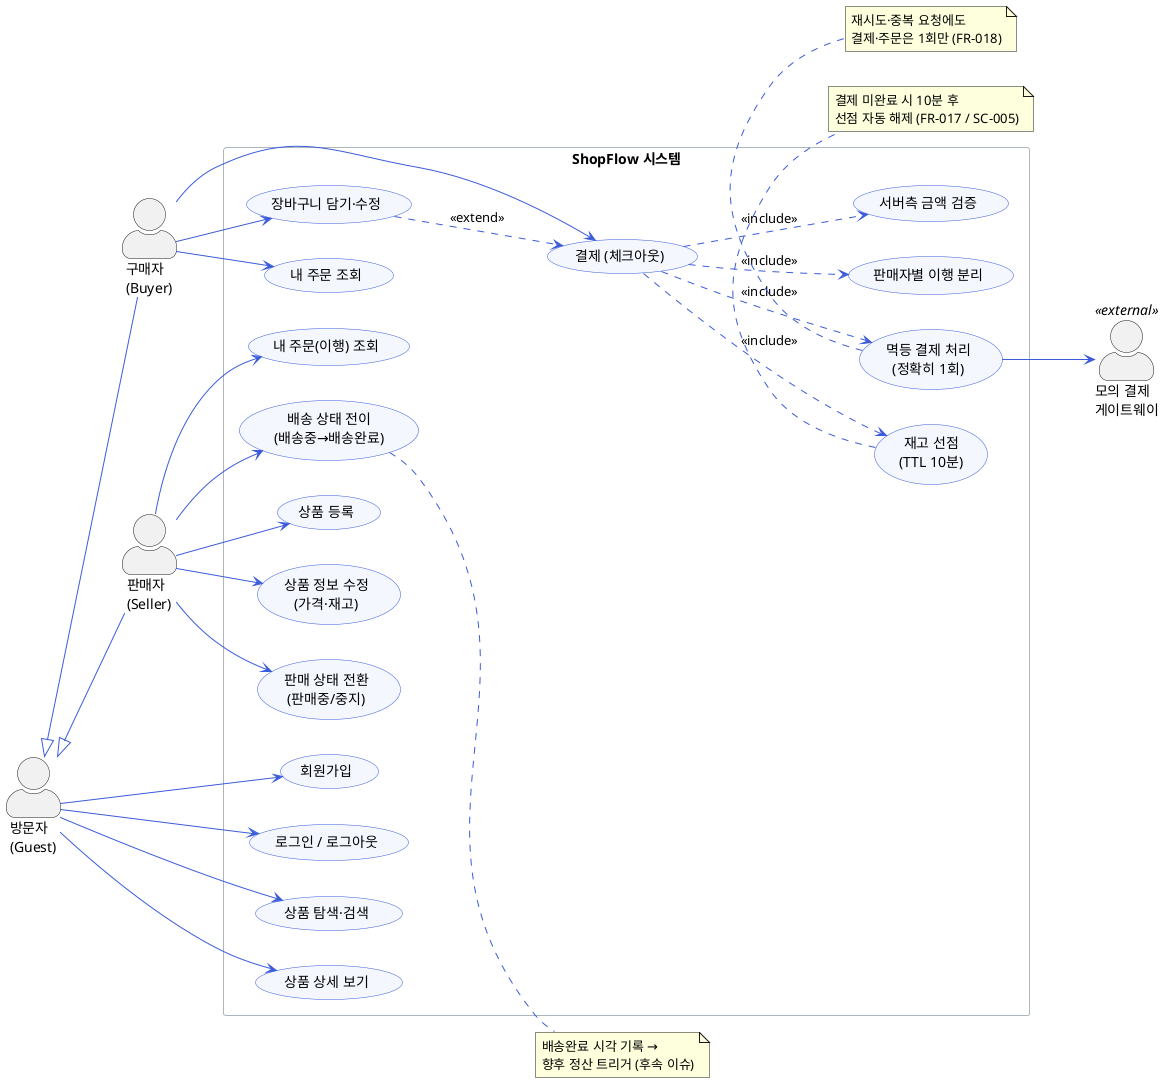
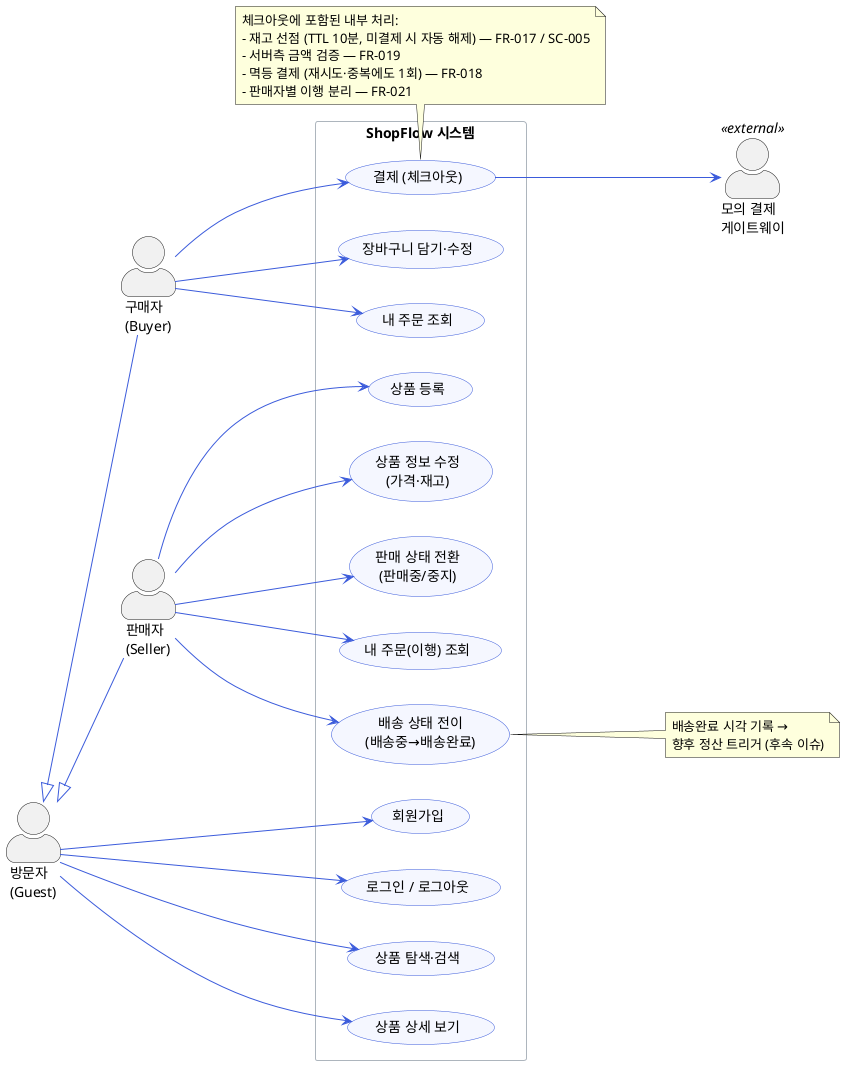
@startuml usecase-marketplace-core
' ShopFlow — 멀티셀러 핵심 커머스 (구매·판매) 유즈케이스 다이어그램
' 근거: specs/001-marketplace-core/spec.md (액터 및 FR-001~025)

skinparam backgroundColor #FFFFFF
skinparam shadowing false
skinparam packageStyle rectangle
skinparam defaultFontName "Apple SD Gothic Neo"
skinparam actorStyle awesome
skinparam usecase {
  BackgroundColor #F5F7FF
  BorderColor #3B5BDB
  ArrowColor #3B5BDB
}
skinparam rectangle {
  BorderColor #ADB5BD
}

left to right direction

' ===== 액터 =====
actor "방문자\n(Guest)" as Guest
actor "구매자\n(Buyer)" as Buyer
actor "판매자\n(Seller)" as Seller
actor "모의 결제\n게이트웨이" as PG <<external>>

' 역할 상속: 구매자/판매자는 가입한 사용자(방문자에서 전환)
Guest <|-- Buyer
Guest <|-- Seller

rectangle "ShopFlow 시스템" {

  ' ---- 계정·인증 (FR-001~005) ----
  usecase "회원가입" as UC_SignUp
  usecase "로그인 / 로그아웃" as UC_Login

  ' ---- 판매 (FR-006~011) ----
  usecase "상품 등록" as UC_AddProduct
  usecase "상품 정보 수정\n(가격·재고)" as UC_EditProduct
  usecase "판매 상태 전환\n(판매중/중지)" as UC_ToggleSale
  usecase "내 주문(이행) 조회" as UC_SellerOrders
  usecase "배송 상태 전이\n(배송중→배송완료)" as UC_Fulfill

  ' ---- 구매 (FR-012~016) ----
  usecase "상품 탐색·검색" as UC_Browse
  usecase "상품 상세 보기" as UC_ViewProduct
  usecase "장바구니 담기·수정" as UC_Cart
  usecase "결제 (체크아웃)" as UC_Checkout
  usecase "내 주문 조회" as UC_BuyerOrders
- 
-   ' ---- 결제·재고 내부 절차 (FR-017~024, include) ----
-   usecase "재고 선점\n(TTL 10분)" as UC_Reserve
-   usecase "멱등 결제 처리\n(정확히 1회)" as UC_Pay
-   usecase "판매자별 이행 분리" as UC_Split
-   usecase "서버측 금액 검증" as UC_VerifyAmount
}

' ===== 액터 - 유즈케이스 연결 =====
Guest --> UC_SignUp
Guest --> UC_Login
Guest --> UC_Browse
Guest --> UC_ViewProduct

Buyer --> UC_Cart
Buyer --> UC_Checkout
Buyer --> UC_BuyerOrders

Seller --> UC_AddProduct
Seller --> UC_EditProduct
Seller --> UC_ToggleSale
Seller --> UC_SellerOrders
Seller --> UC_Fulfill

- ' ===== 결제 흐름의 포함 관계 (<<include>>) =====
- UC_Checkout ..> UC_Reserve : <<include>>
- UC_Checkout ..> UC_VerifyAmount : <<include>>
- UC_Checkout ..> UC_Pay : <<include>>
- UC_Checkout ..> UC_Split : <<include>>
+ ' ===== 결제(체크아웃)는 외부 모의 게이트웨이와 직접 연동 =====
+ UC_Checkout --> PG

- ' 멱등 결제는 외부 모의 게이트웨이와 연동
- UC_Pay --> PG
- 
- ' 장바구니에서 결제로 이어지는 확장
- UC_Cart ..> UC_Checkout : <<extend>>
- 
- note bottom of UC_Reserve
-   결제 미완료 시 10분 후
-   선점 자동 해제 (FR-017 / SC-005)
- end note
- 
- note bottom of UC_Pay
-   재시도·중복 요청에도
-   결제·주문은 1회만 (FR-018)
+ ' 결제 내부 절차는 별도 유즈케이스로 분리하지 않고 체크아웃에 흡수(재사용 없는 내부 단계).
+ ' 요구사항 추적성은 아래 노트로 유지한다.
+ note bottom of UC_Checkout
+   체크아웃에 포함된 내부 처리:
+   - 재고 선점 (TTL 10분, 미결제 시 자동 해제) — FR-017 / SC-005
+   - 서버측 금액 검증 — FR-019
+   - 멱등 결제 (재시도·중복에도 1회) — FR-018
+   - 판매자별 이행 분리 — FR-021
end note

note right of UC_Fulfill
  배송완료 시각 기록 →
  향후 정산 트리거 (후속 이슈)
end note

@enduml
